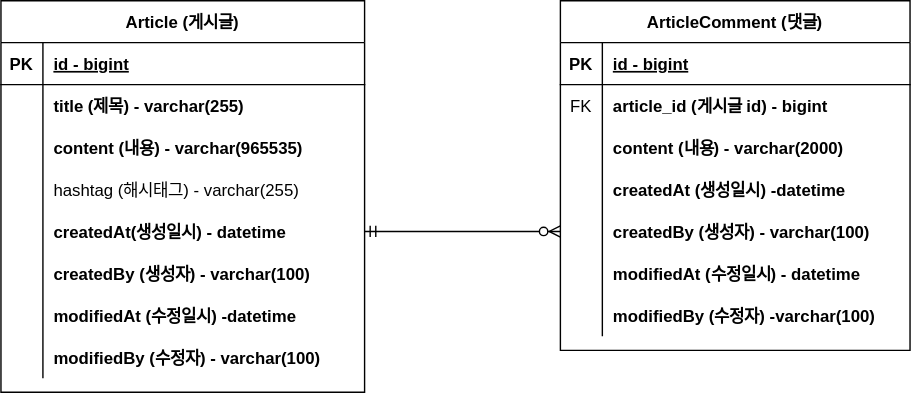
Before: document/project-board-erd.svg, a diagram exported from draw.io (chrisjang-8921/fastcampus-project-board). Source tidied: cells renumbered, new cells last; positions are measured from the earlier drawing's top-left corner, leaving out a move shared by most shapes.
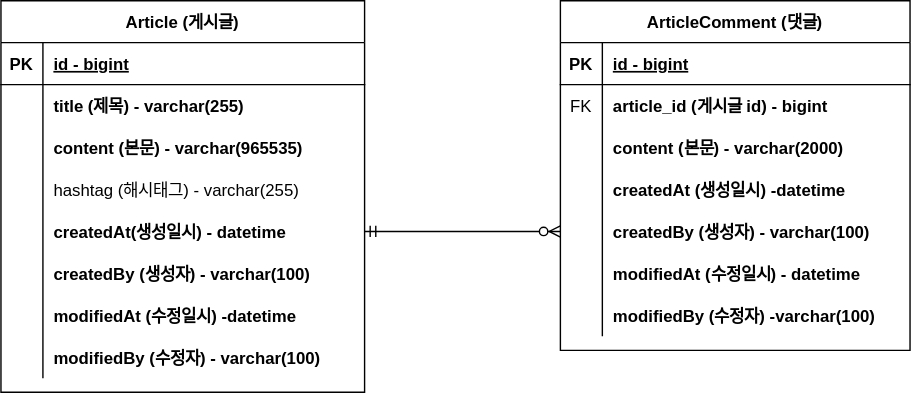
Later version of the same file.

Commit message:
#8 - ERD 주석업데이트: project-board-erd.svg

The edit, as a diff of the source:
```diff
@@ -29,7 +29,7 @@
     <mxCell id="10" style="shape=partialRectangle;overflow=hidden;fillColor=none;top=0;left=0;bottom=0;right=0;" parent="9" vertex="1">
       <mxGeometry width="30" height="30" as="geometry" />
     </mxCell>
-    <mxCell id="11" value="content (내용) - varchar(965535)" style="shape=partialRectangle;overflow=hidden;fillColor=none;top=0;left=0;bottom=0;right=0;align=left;spacingLeft=6;fontStyle=1;" parent="9" vertex="1">
+    <mxCell id="11" value="content (본문) - varchar(965535)" style="shape=partialRectangle;overflow=hidden;fillColor=none;top=0;left=0;bottom=0;right=0;align=left;spacingLeft=6;fontStyle=1;" parent="9" vertex="1">
       <mxGeometry x="30" width="230" height="30" as="geometry" />
     </mxCell>
     <mxCell id="12" style="shape=partialRectangle;fillColor=none;top=0;left=0;right=0;bottom=0;" parent="2" vertex="1">
@@ -104,7 +104,7 @@
     <mxCell id="35" style="shape=partialRectangle;overflow=hidden;fillColor=none;top=0;left=0;bottom=0;right=0;" parent="34" vertex="1">
       <mxGeometry width="30" height="30" as="geometry" />
     </mxCell>
-    <mxCell id="36" value="content (내용) - varchar(2000)" style="shape=partialRectangle;overflow=hidden;fillColor=none;top=0;left=0;bottom=0;right=0;align=left;spacingLeft=6;fontStyle=1;" parent="34" vertex="1">
+    <mxCell id="36" value="content (본문) - varchar(2000)" style="shape=partialRectangle;overflow=hidden;fillColor=none;top=0;left=0;bottom=0;right=0;align=left;spacingLeft=6;fontStyle=1;" parent="34" vertex="1">
       <mxGeometry x="30" width="220" height="30" as="geometry" />
     </mxCell>
     <mxCell id="37" style="shape=partialRectangle;fillColor=none;top=0;left=0;right=0;bottom=0;" parent="27" vertex="1">
```
